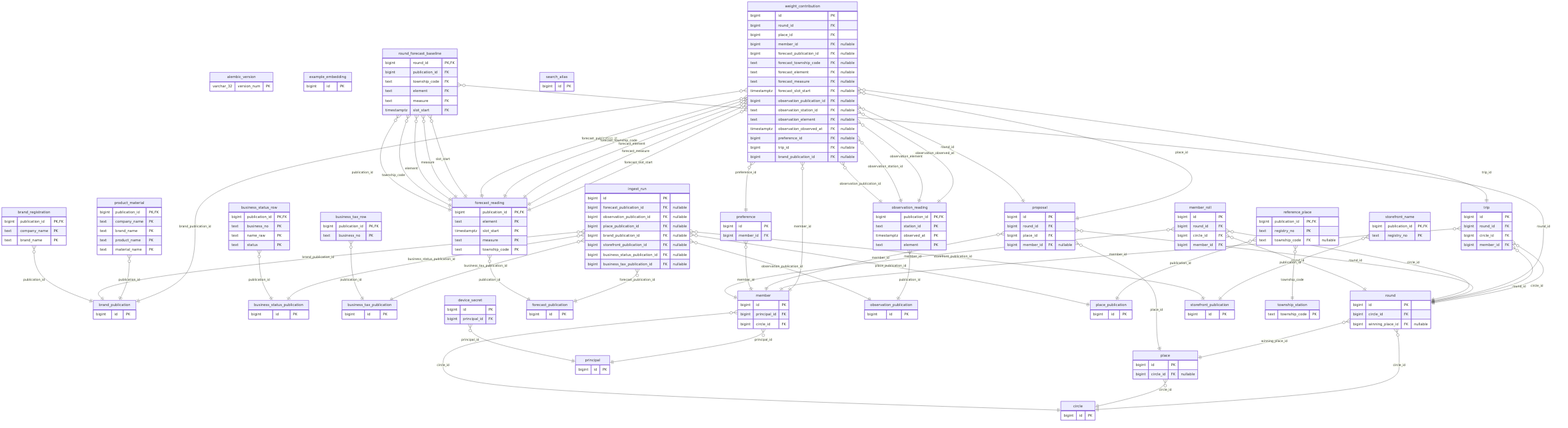
JacksonG-TW/Uptoyou keeps this Mermaid diagram as docs/diagrams/er-overview.png. Above is the earlier version. Its source is kept beside it as docs/diagrams/er-overview.mmd.
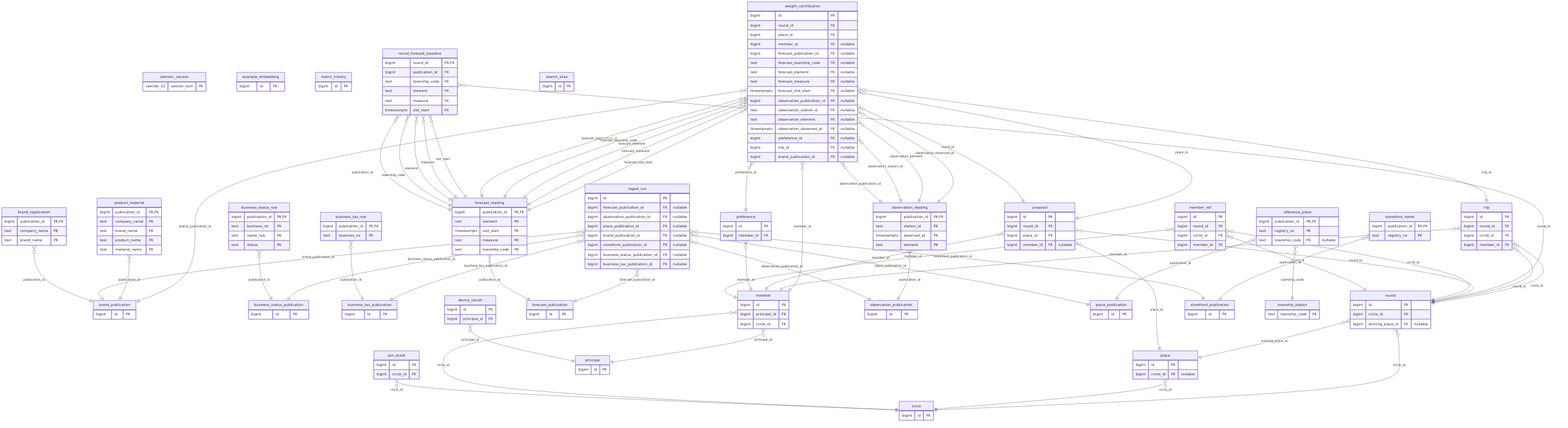
Later version of the same file.

Change to the diagram source:
```diff
@@ -56,6 +56,10 @@
         bigint business_status_publication_id FK "nullable"
         bigint business_tax_publication_id FK "nullable"
     }
+    join_ticket {
+        bigint id PK
+        bigint circle_id FK
+    }
     member {
         bigint id PK
         bigint principal_id FK
@@ -66,6 +70,9 @@
         bigint round_id FK
         bigint circle_id FK
         bigint member_id FK
+    }
+    metric_history {
+        bigint id PK
     }
     observation_publication {
         bigint id PK
@@ -170,6 +177,7 @@
     ingest_run }o--|| storefront_publication : "storefront_publication_id"
     ingest_run }o--|| business_status_publication : "business_status_publication_id"
     ingest_run }o--|| business_tax_publication : "business_tax_publication_id"
+    join_ticket }o--|| circle : "circle_id"
     member }o--|| principal : "principal_id"
     member }o--|| circle : "circle_id"
     member_roll }o--|| round : "round_id"
```
